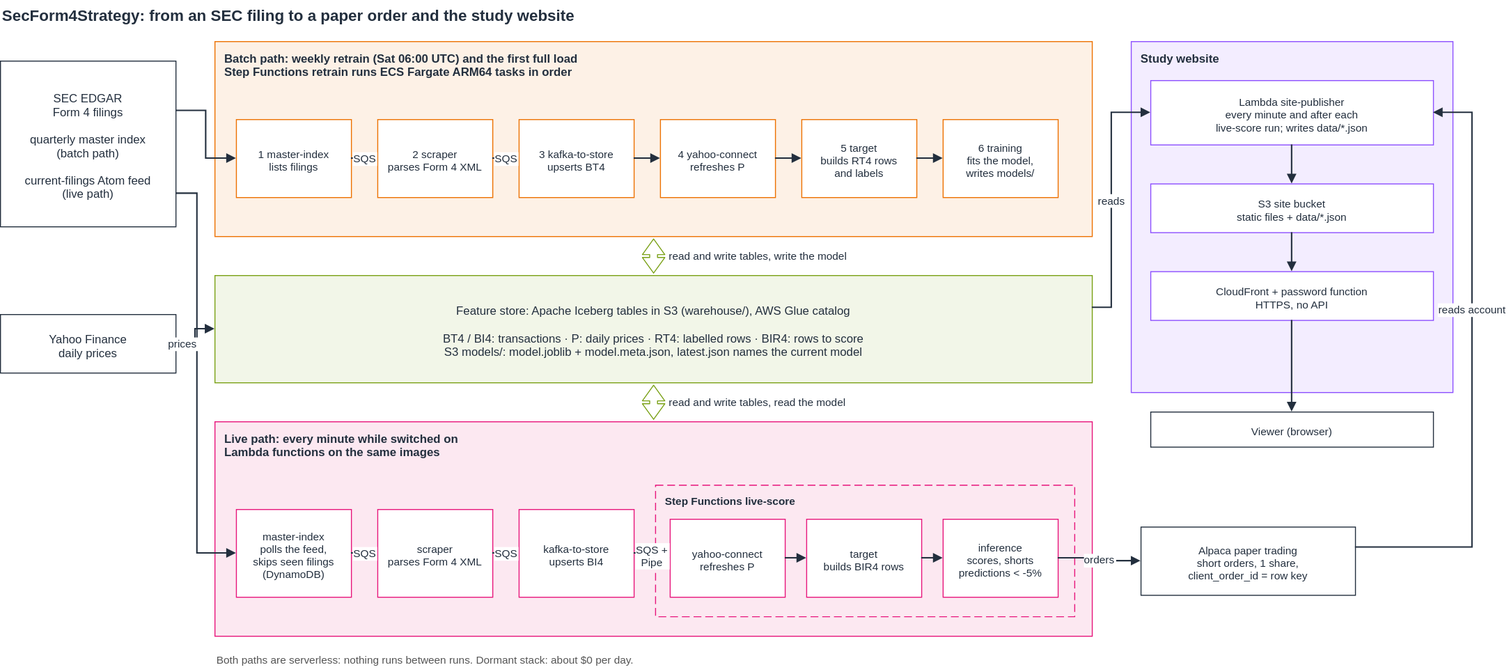
Before: docs/report/diagrams/data-flow.drawio.svg, a diagram exported from draw.io (josemita87/SecForm4Strategy). Source tidied: cells renumbered, new cells last; positions are measured from the earlier drawing's top-left corner, leaving out a move shared by most shapes. Source of this version:
```xml
<mxGraphModel background="#ffffff">
  <root>
    <mxCell id="0" />
    <mxCell id="1" parent="0" />
    <mxCell id="2" value="SecForm4Strategy: from an SEC filing to a paper order and the study website" style="text;html=0;strokeColor=none;fillColor=none;align=left;verticalAlign=middle;fontSize=16;fontColor=#232F3E;fontStyle=1;" parent="1" vertex="1">
      <mxGeometry width="1500" height="28" as="geometry" />
    </mxCell>
    <mxCell id="3" value="SEC EDGAR&#10;Form 4 filings&#10;&#10;quarterly master index&#10;(batch path)&#10;&#10;current-filings Atom feed&#10;(live path)" style="rounded=0;arcSize=6;html=0;fillColor=#FFFFFF;strokeColor=#232F3E;fontColor=#232F3E;fontSize=12;fontStyle=0;verticalAlign=middle;align=center;spacingLeft=8;spacingTop=4;spacingRight=8;" parent="1" vertex="1">
      <mxGeometry y="62" width="180" height="170" as="geometry" />
    </mxCell>
    <mxCell id="4" value="Yahoo Finance&#10;daily prices" style="rounded=0;arcSize=6;html=0;fillColor=#FFFFFF;strokeColor=#232F3E;fontColor=#232F3E;fontSize=12;fontStyle=0;verticalAlign=middle;align=center;spacingLeft=8;spacingTop=4;spacingRight=8;" parent="1" vertex="1">
      <mxGeometry y="322" width="180" height="60" as="geometry" />
    </mxCell>
    <mxCell id="5" value="Batch path: weekly retrain (Sat 06:00 UTC) and the first full load&#10;Step Functions retrain runs ECS Fargate ARM64 tasks in order" style="rounded=0;arcSize=6;html=0;fillColor=#FDF1E6;strokeColor=#ED7100;fontColor=#232F3E;fontSize=12;fontStyle=1;verticalAlign=top;align=left;spacingLeft=8;spacingTop=4;spacingRight=8;" parent="1" vertex="1">
      <mxGeometry x="220" y="42" width="900" height="200" as="geometry" />
    </mxCell>
    <mxCell id="6" value="1 master-index&#10;lists filings" style="rounded=0;arcSize=6;html=0;fillColor=#FFFFFF;strokeColor=#ED7100;fontColor=#232F3E;fontSize=11;fontStyle=0;verticalAlign=middle;align=center;spacingLeft=8;spacingTop=4;spacingRight=8;" parent="1" vertex="1">
      <mxGeometry x="242" y="122" width="118" height="80" as="geometry" />
    </mxCell>
    <mxCell id="7" value="2 scraper&#10;parses Form 4 XML" style="rounded=0;arcSize=6;html=0;fillColor=#FFFFFF;strokeColor=#ED7100;fontColor=#232F3E;fontSize=11;fontStyle=0;verticalAlign=middle;align=center;spacingLeft=8;spacingTop=4;spacingRight=8;" parent="1" vertex="1">
      <mxGeometry x="387" y="122" width="118" height="80" as="geometry" />
    </mxCell>
    <mxCell id="8" value="3 kafka-to-store&#10;upserts BT4" style="rounded=0;arcSize=6;html=0;fillColor=#FFFFFF;strokeColor=#ED7100;fontColor=#232F3E;fontSize=11;fontStyle=0;verticalAlign=middle;align=center;spacingLeft=8;spacingTop=4;spacingRight=8;" parent="1" vertex="1">
      <mxGeometry x="532" y="122" width="118" height="80" as="geometry" />
    </mxCell>
    <mxCell id="9" value="4 yahoo-connect&#10;refreshes P" style="rounded=0;arcSize=6;html=0;fillColor=#FFFFFF;strokeColor=#ED7100;fontColor=#232F3E;fontSize=11;fontStyle=0;verticalAlign=middle;align=center;spacingLeft=8;spacingTop=4;spacingRight=8;" parent="1" vertex="1">
      <mxGeometry x="677" y="122" width="118" height="80" as="geometry" />
    </mxCell>
    <mxCell id="10" value="5 target&#10;builds RT4 rows&#10;and labels" style="rounded=0;arcSize=6;html=0;fillColor=#FFFFFF;strokeColor=#ED7100;fontColor=#232F3E;fontSize=11;fontStyle=0;verticalAlign=middle;align=center;spacingLeft=8;spacingTop=4;spacingRight=8;" parent="1" vertex="1">
      <mxGeometry x="822" y="122" width="118" height="80" as="geometry" />
    </mxCell>
    <mxCell id="11" value="6 training&#10;fits the model,&#10;writes models/" style="rounded=0;arcSize=6;html=0;fillColor=#FFFFFF;strokeColor=#ED7100;fontColor=#232F3E;fontSize=11;fontStyle=0;verticalAlign=middle;align=center;spacingLeft=8;spacingTop=4;spacingRight=8;" parent="1" vertex="1">
      <mxGeometry x="967" y="122" width="118" height="80" as="geometry" />
    </mxCell>
    <mxCell id="12" value="SQS" style="edgeStyle=orthogonalEdgeStyle;rounded=0;html=0;endArrow=block;endFill=1;strokeWidth=1.5;strokeColor=#232F3E;fontColor=#232F3E;fontSize=11;labelBackgroundColor=#ffffff;exitX=1;exitY=0.5;exitDx=0;exitDy=0;entryX=0;entryY=0.5;entryDx=0;entryDy=0;" parent="1" edge="1" source="6" target="7">
      <mxGeometry relative="1" as="geometry" />
    </mxCell>
    <mxCell id="13" value="SQS" style="edgeStyle=orthogonalEdgeStyle;rounded=0;html=0;endArrow=block;endFill=1;strokeWidth=1.5;strokeColor=#232F3E;fontColor=#232F3E;fontSize=11;labelBackgroundColor=#ffffff;exitX=1;exitY=0.5;exitDx=0;exitDy=0;entryX=0;entryY=0.5;entryDx=0;entryDy=0;" parent="1" edge="1" source="7" target="8">
      <mxGeometry relative="1" as="geometry" />
    </mxCell>
    <mxCell id="14" style="edgeStyle=orthogonalEdgeStyle;rounded=0;html=0;endArrow=block;endFill=1;strokeWidth=1.5;strokeColor=#232F3E;fontColor=#232F3E;fontSize=11;labelBackgroundColor=#ffffff;exitX=1;exitY=0.5;exitDx=0;exitDy=0;entryX=0;entryY=0.5;entryDx=0;entryDy=0;" parent="1" edge="1" source="8" target="9">
      <mxGeometry relative="1" as="geometry" />
    </mxCell>
    <mxCell id="15" style="edgeStyle=orthogonalEdgeStyle;rounded=0;html=0;endArrow=block;endFill=1;strokeWidth=1.5;strokeColor=#232F3E;fontColor=#232F3E;fontSize=11;labelBackgroundColor=#ffffff;exitX=1;exitY=0.5;exitDx=0;exitDy=0;entryX=0;entryY=0.5;entryDx=0;entryDy=0;" parent="1" edge="1" source="9" target="10">
      <mxGeometry relative="1" as="geometry" />
    </mxCell>
    <mxCell id="16" style="edgeStyle=orthogonalEdgeStyle;rounded=0;html=0;endArrow=block;endFill=1;strokeWidth=1.5;strokeColor=#232F3E;fontColor=#232F3E;fontSize=11;labelBackgroundColor=#ffffff;exitX=1;exitY=0.5;exitDx=0;exitDy=0;entryX=0;entryY=0.5;entryDx=0;entryDy=0;" parent="1" edge="1" source="10" target="11">
      <mxGeometry relative="1" as="geometry" />
    </mxCell>
    <mxCell id="17" value="Feature store: Apache Iceberg tables in S3 (warehouse/), AWS Glue catalog&#10;&#10;BT4 / BI4: transactions  ·  P: daily prices  ·  RT4: labelled rows  ·  BIR4: rows to score&#10;S3 models/: model.joblib + model.meta.json, latest.json names the current model" style="rounded=0;arcSize=6;html=0;fillColor=#F2F6E8;strokeColor=#7AA116;fontColor=#232F3E;fontSize=12;fontStyle=0;verticalAlign=middle;align=center;spacingLeft=8;spacingTop=4;spacingRight=8;" parent="1" vertex="1">
      <mxGeometry x="220" y="282" width="900" height="110" as="geometry" />
    </mxCell>
    <mxCell id="18" value="Live path: every minute while switched on&#10;Lambda functions on the same images" style="rounded=0;arcSize=6;html=0;fillColor=#FCE8F1;strokeColor=#E7157B;fontColor=#232F3E;fontSize=12;fontStyle=1;verticalAlign=top;align=left;spacingLeft=8;spacingTop=4;spacingRight=8;" parent="1" vertex="1">
      <mxGeometry x="220" y="432" width="900" height="220" as="geometry" />
    </mxCell>
    <mxCell id="19" value="master-index&#10;polls the feed,&#10;skips seen filings&#10;(DynamoDB)" style="rounded=0;arcSize=6;html=0;fillColor=#FFFFFF;strokeColor=#E7157B;fontColor=#232F3E;fontSize=11;fontStyle=0;verticalAlign=middle;align=center;spacingLeft=8;spacingTop=4;spacingRight=8;" parent="1" vertex="1">
      <mxGeometry x="242" y="522" width="118" height="90" as="geometry" />
    </mxCell>
    <mxCell id="20" value="scraper&#10;parses Form 4 XML" style="rounded=0;arcSize=6;html=0;fillColor=#FFFFFF;strokeColor=#E7157B;fontColor=#232F3E;fontSize=11;fontStyle=0;verticalAlign=middle;align=center;spacingLeft=8;spacingTop=4;spacingRight=8;" parent="1" vertex="1">
      <mxGeometry x="387" y="522" width="118" height="90" as="geometry" />
    </mxCell>
    <mxCell id="21" value="kafka-to-store&#10;upserts BI4" style="rounded=0;arcSize=6;html=0;fillColor=#FFFFFF;strokeColor=#E7157B;fontColor=#232F3E;fontSize=11;fontStyle=0;verticalAlign=middle;align=center;spacingLeft=8;spacingTop=4;spacingRight=8;" parent="1" vertex="1">
      <mxGeometry x="532" y="522" width="118" height="90" as="geometry" />
    </mxCell>
    <mxCell id="22" value="SQS" style="edgeStyle=orthogonalEdgeStyle;rounded=0;html=0;endArrow=block;endFill=1;strokeWidth=1.5;strokeColor=#232F3E;fontColor=#232F3E;fontSize=11;labelBackgroundColor=#ffffff;exitX=1;exitY=0.5;exitDx=0;exitDy=0;entryX=0;entryY=0.5;entryDx=0;entryDy=0;" parent="1" edge="1" source="19" target="20">
      <mxGeometry relative="1" as="geometry" />
    </mxCell>
    <mxCell id="23" value="SQS" style="edgeStyle=orthogonalEdgeStyle;rounded=0;html=0;endArrow=block;endFill=1;strokeWidth=1.5;strokeColor=#232F3E;fontColor=#232F3E;fontSize=11;labelBackgroundColor=#ffffff;exitX=1;exitY=0.5;exitDx=0;exitDy=0;entryX=0;entryY=0.5;entryDx=0;entryDy=0;" parent="1" edge="1" source="20" target="21">
      <mxGeometry relative="1" as="geometry" />
    </mxCell>
    <mxCell id="24" value="Step Functions live-score" style="rounded=0;arcSize=6;html=0;fillColor=none;strokeColor=#E7157B;fontColor=#232F3E;fontSize=11;fontStyle=1;verticalAlign=top;align=left;spacingLeft=8;spacingTop=4;spacingRight=8;dashed=1;dashPattern=8 4;" parent="1" vertex="1">
      <mxGeometry x="672" y="497" width="430" height="135" as="geometry" />
    </mxCell>
    <mxCell id="25" value="yahoo-connect&#10;refreshes P" style="rounded=0;arcSize=6;html=0;fillColor=#FFFFFF;strokeColor=#E7157B;fontColor=#232F3E;fontSize=11;fontStyle=0;verticalAlign=middle;align=center;spacingLeft=8;spacingTop=4;spacingRight=8;" parent="1" vertex="1">
      <mxGeometry x="687" y="532" width="118" height="80" as="geometry" />
    </mxCell>
    <mxCell id="26" value="target&#10;builds BIR4 rows" style="rounded=0;arcSize=6;html=0;fillColor=#FFFFFF;strokeColor=#E7157B;fontColor=#232F3E;fontSize=11;fontStyle=0;verticalAlign=middle;align=center;spacingLeft=8;spacingTop=4;spacingRight=8;" parent="1" vertex="1">
      <mxGeometry x="827" y="532" width="118" height="80" as="geometry" />
    </mxCell>
    <mxCell id="27" value="inference&#10;scores, shorts&#10;predictions &lt; -5%" style="rounded=0;arcSize=6;html=0;fillColor=#FFFFFF;strokeColor=#E7157B;fontColor=#232F3E;fontSize=11;fontStyle=0;verticalAlign=middle;align=center;spacingLeft=8;spacingTop=4;spacingRight=8;" parent="1" vertex="1">
      <mxGeometry x="967" y="532" width="118" height="80" as="geometry" />
    </mxCell>
    <mxCell id="28" value="SQS +&#10;Pipe" style="edgeStyle=orthogonalEdgeStyle;rounded=0;html=0;endArrow=block;endFill=1;strokeWidth=1.5;strokeColor=#232F3E;fontColor=#232F3E;fontSize=11;labelBackgroundColor=#ffffff;exitX=1;exitY=0.5;exitDx=0;exitDy=0;entryX=0;entryY=0.5;entryDx=0;entryDy=0;" parent="1" edge="1" source="21" target="25">
      <mxGeometry relative="1" as="geometry" />
    </mxCell>
    <mxCell id="29" style="edgeStyle=orthogonalEdgeStyle;rounded=0;html=0;endArrow=block;endFill=1;strokeWidth=1.5;strokeColor=#232F3E;fontColor=#232F3E;fontSize=11;labelBackgroundColor=#ffffff;exitX=1;exitY=0.5;exitDx=0;exitDy=0;entryX=0;entryY=0.5;entryDx=0;entryDy=0;" parent="1" edge="1" source="25" target="26">
      <mxGeometry relative="1" as="geometry" />
    </mxCell>
    <mxCell id="30" style="edgeStyle=orthogonalEdgeStyle;rounded=0;html=0;endArrow=block;endFill=1;strokeWidth=1.5;strokeColor=#232F3E;fontColor=#232F3E;fontSize=11;labelBackgroundColor=#ffffff;exitX=1;exitY=0.5;exitDx=0;exitDy=0;entryX=0;entryY=0.5;entryDx=0;entryDy=0;" parent="1" edge="1" source="26" target="27">
      <mxGeometry relative="1" as="geometry" />
    </mxCell>
    <mxCell id="31" style="edgeStyle=orthogonalEdgeStyle;rounded=0;html=0;endArrow=block;endFill=1;strokeWidth=1.5;strokeColor=#232F3E;fontColor=#232F3E;fontSize=11;labelBackgroundColor=#ffffff;exitX=1;exitY=0.3;exitDx=0;exitDy=0;entryX=0;entryY=0.5;entryDx=0;entryDy=0;" parent="1" edge="1" source="3" target="6">
      <mxGeometry relative="1" as="geometry">
        <Array as="points">
          <mxPoint x="211" y="113" />
          <mxPoint x="211" y="162" />
        </Array>
      </mxGeometry>
    </mxCell>
    <mxCell id="32" style="edgeStyle=orthogonalEdgeStyle;rounded=0;html=0;endArrow=block;endFill=1;strokeWidth=1.5;strokeColor=#232F3E;fontColor=#232F3E;fontSize=11;labelBackgroundColor=#ffffff;exitX=1;exitY=0.8;exitDx=0;exitDy=0;entryX=0;entryY=0.5;entryDx=0;entryDy=0;" parent="1" edge="1" source="3" target="19">
      <mxGeometry relative="1" as="geometry">
        <Array as="points">
          <mxPoint x="202" y="198" />
          <mxPoint x="202" y="567" />
        </Array>
      </mxGeometry>
    </mxCell>
    <mxCell id="33" value="prices" style="edgeStyle=orthogonalEdgeStyle;rounded=0;html=0;endArrow=block;endFill=1;strokeWidth=1.5;jumpStyle=arc;jumpSize=10;strokeColor=#232F3E;fontColor=#232F3E;fontSize=11;labelBackgroundColor=#ffffff;exitX=1;exitY=0.5;exitDx=0;exitDy=0;entryX=0;entryY=0.5;entryDx=0;entryDy=0;" parent="1" edge="1" source="4" target="17">
      <mxGeometry x="-0.75" relative="1" as="geometry" />
    </mxCell>
    <mxCell id="34" value="read and write tables, write the model" style="shape=flexArrow;endArrow=classic;startArrow=classic;html=0;fillColor=#FFFFFF;strokeColor=#7AA116;width=8;endWidth=14;startWidth=14;endSize=5;startSize=5;fontSize=11;fontColor=#232F3E;labelBackgroundColor=none;align=left;spacingLeft=14;" parent="1" edge="1">
      <mxGeometry relative="1" as="geometry">
        <mxPoint x="670" y="244" as="sourcePoint" />
        <mxPoint x="670" y="280" as="targetPoint" />
      </mxGeometry>
    </mxCell>
    <mxCell id="35" value="read and write tables, read the model" style="shape=flexArrow;endArrow=classic;startArrow=classic;html=0;fillColor=#FFFFFF;strokeColor=#7AA116;width=8;endWidth=14;startWidth=14;endSize=5;startSize=5;fontSize=11;fontColor=#232F3E;labelBackgroundColor=none;align=left;spacingLeft=14;" parent="1" edge="1">
      <mxGeometry relative="1" as="geometry">
        <mxPoint x="670" y="394" as="sourcePoint" />
        <mxPoint x="670" y="430" as="targetPoint" />
      </mxGeometry>
    </mxCell>
    <mxCell id="36" value="Alpaca paper trading&#10;short orders, 1 share,&#10;client_order_id = row key" style="rounded=0;arcSize=6;html=0;fillColor=#FFFFFF;strokeColor=#232F3E;fontColor=#232F3E;fontSize=11;fontStyle=0;verticalAlign=middle;align=center;spacingLeft=8;spacingTop=4;spacingRight=8;" parent="1" vertex="1">
      <mxGeometry x="1170" y="540" width="220" height="70" as="geometry" />
    </mxCell>
    <mxCell id="37" value="orders" style="edgeStyle=orthogonalEdgeStyle;rounded=0;html=0;endArrow=block;endFill=1;strokeWidth=1.5;strokeColor=#232F3E;fontColor=#232F3E;fontSize=11;labelBackgroundColor=#ffffff;exitX=1;exitY=0.5;exitDx=0;exitDy=0;entryX=0;entryY=0.5;entryDx=0;entryDy=0;" parent="1" edge="1" source="27" target="36">
      <mxGeometry relative="1" as="geometry" />
    </mxCell>
    <mxCell id="38" value="Study website" style="rounded=0;arcSize=6;html=0;fillColor=#F3EDFF;strokeColor=#8C4FFF;fontColor=#232F3E;fontSize=12;fontStyle=1;verticalAlign=top;align=left;spacingLeft=8;spacingTop=4;spacingRight=8;" parent="1" vertex="1">
      <mxGeometry x="1160" y="42" width="330" height="360" as="geometry" />
    </mxCell>
    <mxCell id="39" value="Lambda site-publisher&#10;every minute and after each&#10;live-score run; writes data/*.json" style="rounded=0;arcSize=6;html=0;fillColor=#FFFFFF;strokeColor=#8C4FFF;fontColor=#232F3E;fontSize=11;fontStyle=0;verticalAlign=middle;align=center;spacingLeft=8;spacingTop=4;spacingRight=8;" parent="1" vertex="1">
      <mxGeometry x="1180" y="82" width="290" height="66" as="geometry" />
    </mxCell>
    <mxCell id="40" value="S3 site bucket&#10;static files + data/*.json" style="rounded=0;arcSize=6;html=0;fillColor=#FFFFFF;strokeColor=#8C4FFF;fontColor=#232F3E;fontSize=11;fontStyle=0;verticalAlign=middle;align=center;spacingLeft=8;spacingTop=4;spacingRight=8;" parent="1" vertex="1">
      <mxGeometry x="1180" y="188" width="290" height="50" as="geometry" />
    </mxCell>
    <mxCell id="41" value="CloudFront + password function&#10;HTTPS, no API" style="rounded=0;arcSize=6;html=0;fillColor=#FFFFFF;strokeColor=#8C4FFF;fontColor=#232F3E;fontSize=11;fontStyle=0;verticalAlign=middle;align=center;spacingLeft=8;spacingTop=4;spacingRight=8;" parent="1" vertex="1">
      <mxGeometry x="1180" y="278" width="290" height="50" as="geometry" />
    </mxCell>
    <mxCell id="42" value="Viewer (browser)" style="rounded=0;arcSize=6;html=0;fillColor=#FFFFFF;strokeColor=#232F3E;fontColor=#232F3E;fontSize=11;fontStyle=0;verticalAlign=middle;align=center;spacingLeft=8;spacingTop=4;spacingRight=8;" parent="1" vertex="1">
      <mxGeometry x="1180" y="422" width="290" height="36" as="geometry" />
    </mxCell>
    <mxCell id="43" style="edgeStyle=orthogonalEdgeStyle;rounded=0;html=0;endArrow=block;endFill=1;strokeWidth=1.5;strokeColor=#232F3E;fontColor=#232F3E;fontSize=11;labelBackgroundColor=#ffffff;exitX=0.5;exitY=1;exitDx=0;exitDy=0;entryX=0.5;entryY=0;entryDx=0;entryDy=0;" parent="1" edge="1" source="39" target="40">
      <mxGeometry relative="1" as="geometry" />
    </mxCell>
    <mxCell id="44" style="edgeStyle=orthogonalEdgeStyle;rounded=0;html=0;endArrow=block;endFill=1;strokeWidth=1.5;strokeColor=#232F3E;fontColor=#232F3E;fontSize=11;labelBackgroundColor=#ffffff;exitX=0.5;exitY=1;exitDx=0;exitDy=0;entryX=0.5;entryY=0;entryDx=0;entryDy=0;" parent="1" edge="1" source="40" target="41">
      <mxGeometry relative="1" as="geometry" />
    </mxCell>
    <mxCell id="45" style="edgeStyle=orthogonalEdgeStyle;rounded=0;html=0;endArrow=block;endFill=1;strokeWidth=1.5;strokeColor=#232F3E;fontColor=#232F3E;fontSize=11;labelBackgroundColor=#ffffff;exitX=0.5;exitY=1;exitDx=0;exitDy=0;entryX=0.5;entryY=0;entryDx=0;entryDy=0;" parent="1" edge="1" source="41" target="42">
      <mxGeometry relative="1" as="geometry" />
    </mxCell>
    <mxCell id="46" value="reads" style="edgeStyle=orthogonalEdgeStyle;rounded=0;html=0;endArrow=block;endFill=1;strokeWidth=1.5;strokeColor=#232F3E;fontColor=#232F3E;fontSize=11;labelBackgroundColor=#ffffff;exitX=1;exitY=0.3;exitDx=0;exitDy=0;entryX=0;entryY=0.5;entryDx=0;entryDy=0;" parent="1" edge="1" source="17" target="39">
      <mxGeometry relative="1" as="geometry">
        <Array as="points">
          <mxPoint x="1140" y="315" />
          <mxPoint x="1140" y="115" />
        </Array>
      </mxGeometry>
    </mxCell>
    <mxCell id="47" value="reads account" style="edgeStyle=orthogonalEdgeStyle;rounded=0;html=0;endArrow=block;endFill=1;strokeWidth=1.5;strokeColor=#232F3E;fontColor=#232F3E;fontSize=11;labelBackgroundColor=#ffffff;exitX=1;exitY=0.3;exitDx=0;exitDy=0;entryX=1;entryY=0.5;entryDx=0;entryDy=0;" parent="1" edge="1" source="36" target="39">
      <mxGeometry x="0.2" relative="1" as="geometry">
        <Array as="points">
          <mxPoint x="1510" y="561" />
          <mxPoint x="1510" y="115" />
        </Array>
      </mxGeometry>
    </mxCell>
    <mxCell id="48" value="Both paths are serverless: nothing runs between runs. Dormant stack: about $0 per day." style="text;html=0;strokeColor=none;fillColor=none;align=left;verticalAlign=middle;fontSize=11;fontColor=#555555;fontStyle=0;" parent="1" vertex="1">
      <mxGeometry x="220" y="664" width="900" height="24" as="geometry" />
    </mxCell>
  </root>
</mxGraphModel>
```
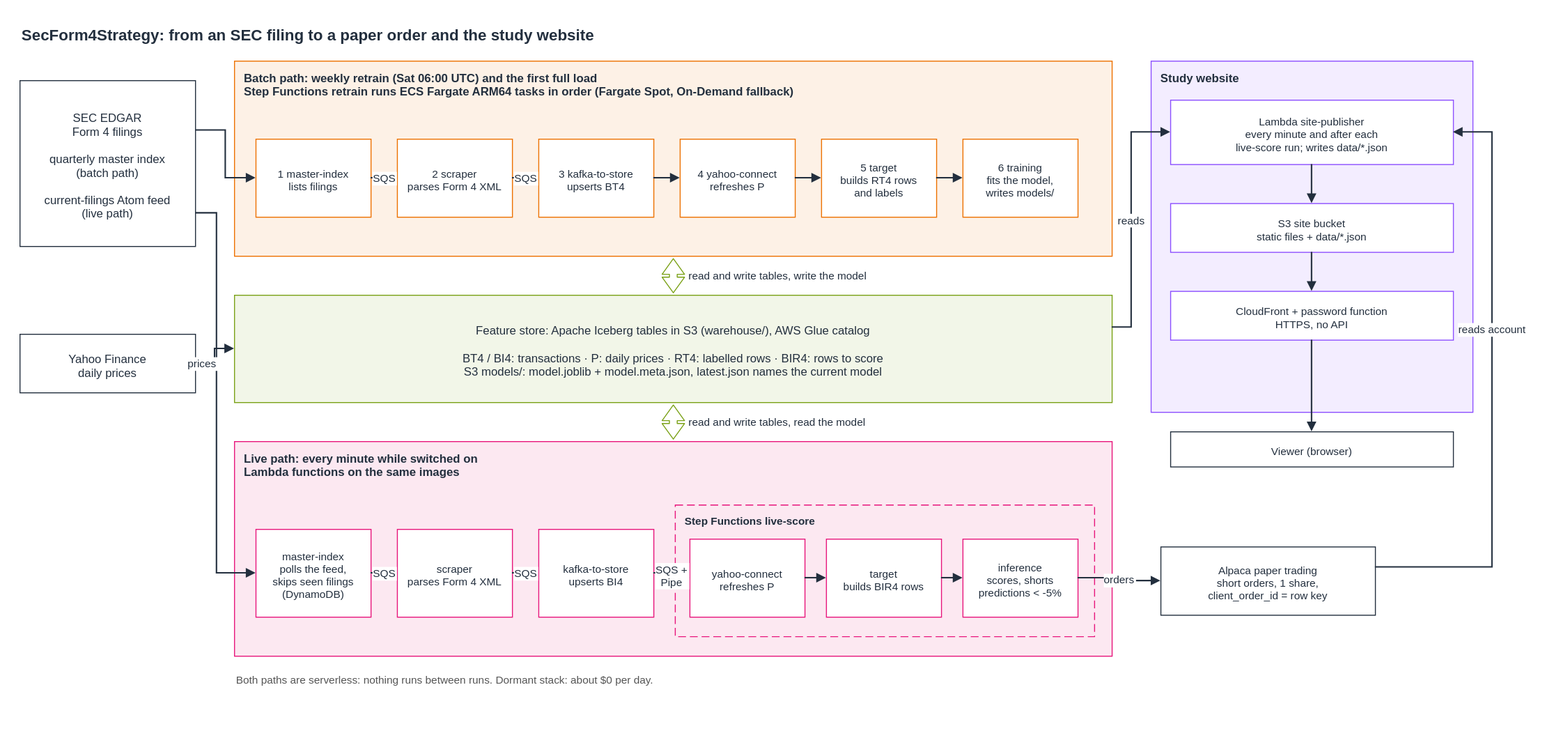
The same diagram one commit later.

Commit message:
feat: Fargate Spot with an On-Demand fallback for the retrain steps

Diff of the diagram source:
```diff
@@ -11,7 +11,7 @@
     <mxCell id="4" value="Yahoo Finance&#10;daily prices" style="rounded=0;arcSize=6;html=0;fillColor=#FFFFFF;strokeColor=#232F3E;fontColor=#232F3E;fontSize=12;fontStyle=0;verticalAlign=middle;align=center;spacingLeft=8;spacingTop=4;spacingRight=8;" parent="1" vertex="1">
       <mxGeometry y="322" width="180" height="60" as="geometry" />
     </mxCell>
-    <mxCell id="5" value="Batch path: weekly retrain (Sat 06:00 UTC) and the first full load&#10;Step Functions retrain runs ECS Fargate ARM64 tasks in order" style="rounded=0;arcSize=6;html=0;fillColor=#FDF1E6;strokeColor=#ED7100;fontColor=#232F3E;fontSize=12;fontStyle=1;verticalAlign=top;align=left;spacingLeft=8;spacingTop=4;spacingRight=8;" parent="1" vertex="1">
+    <mxCell id="5" value="Batch path: weekly retrain (Sat 06:00 UTC) and the first full load&#10;Step Functions retrain runs ECS Fargate ARM64 tasks in order (Fargate Spot, On-Demand fallback)" style="rounded=0;arcSize=6;html=0;fillColor=#FDF1E6;strokeColor=#ED7100;fontColor=#232F3E;fontSize=12;fontStyle=1;verticalAlign=top;align=left;spacingLeft=8;spacingTop=4;spacingRight=8;" parent="1" vertex="1">
       <mxGeometry x="220" y="42" width="900" height="200" as="geometry" />
     </mxCell>
     <mxCell id="6" value="1 master-index&#10;lists filings" style="rounded=0;arcSize=6;html=0;fillColor=#FFFFFF;strokeColor=#ED7100;fontColor=#232F3E;fontSize=11;fontStyle=0;verticalAlign=middle;align=center;spacingLeft=8;spacingTop=4;spacingRight=8;" parent="1" vertex="1">
```
